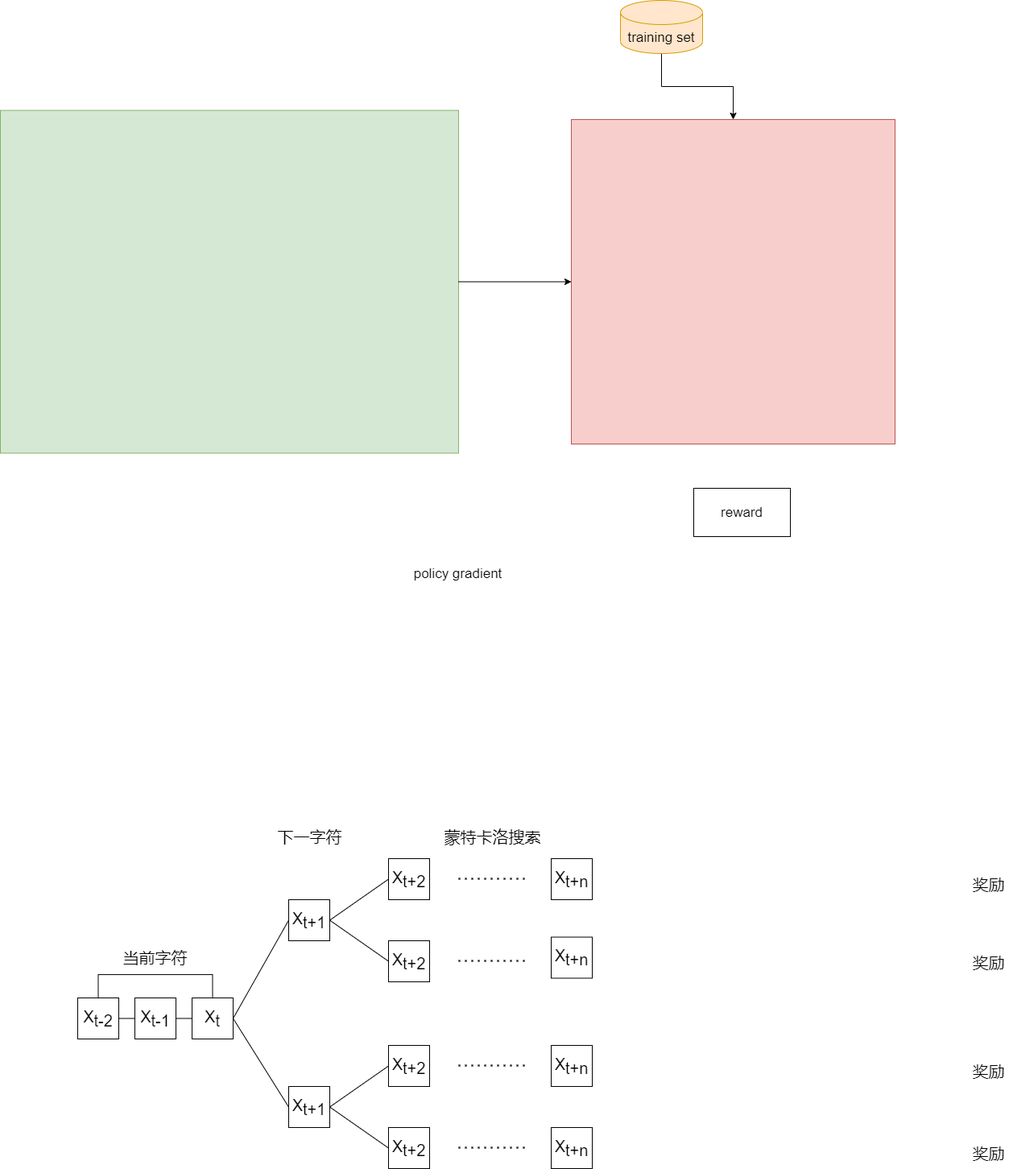
lakomi/pictures keeps this draw.io diagram as seqgan.drawio.png. Above is the earlier version. Source tidied: cells renumbered, new cells last; positions are measured from the earlier drawing's top-left corner, leaving out a move shared by most shapes.
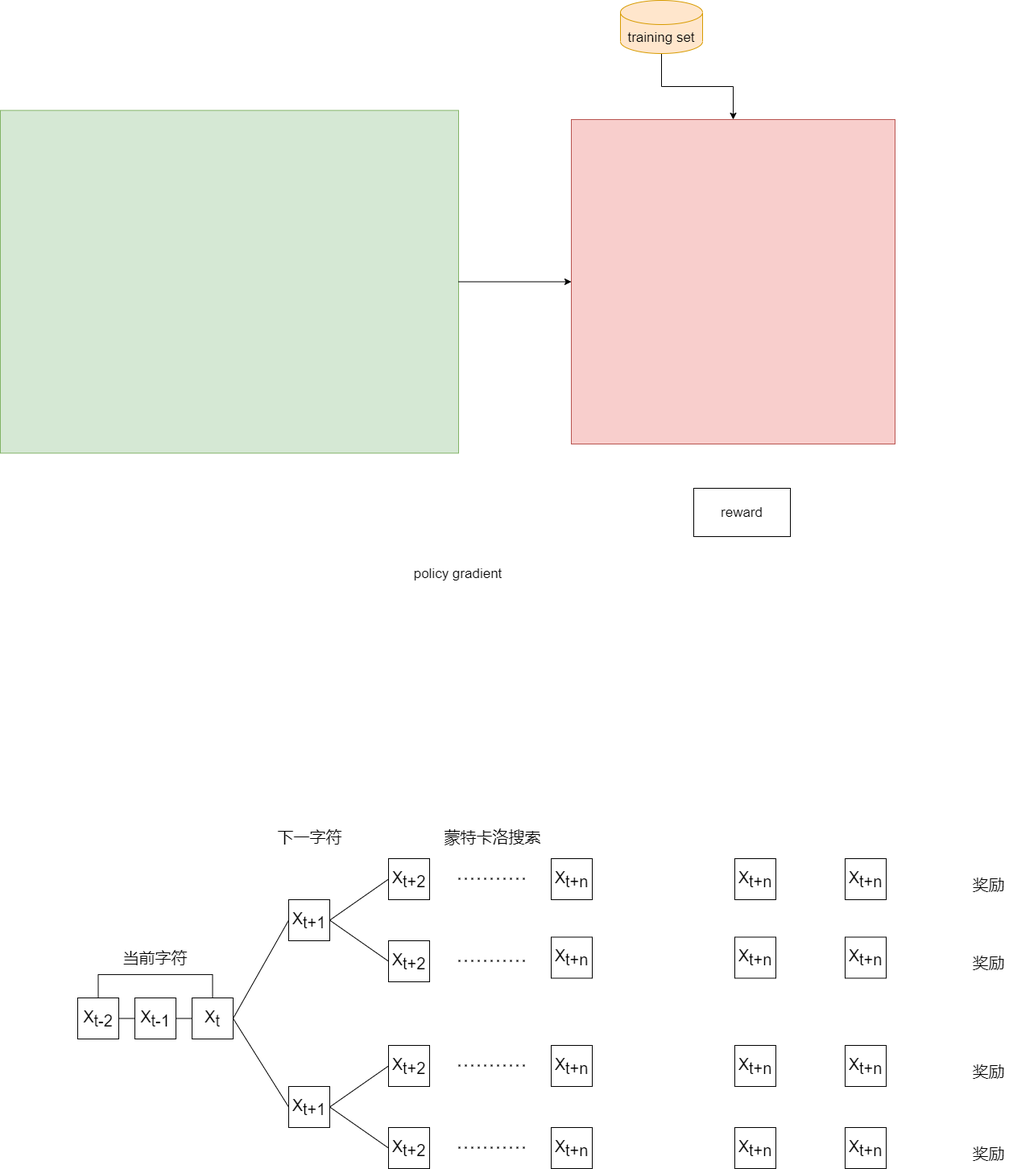
Later version of the same file.

Change to the diagram source:
```diff
@@ -151,5 +151,35 @@
     <mxCell id="41" value="奖励" style="text;html=1;align=center;verticalAlign=middle;strokeColor=none;fillColor=none;fontSize=20;" parent="1" vertex="1">
       <mxGeometry x="1202" y="1417.5" width="50" height="28" as="geometry" />
     </mxCell>
+    <mxCell id="42" value="X&lt;sub style=&quot;font-size: 20px;&quot;&gt;t+n&lt;/sub&gt;" style="rounded=0;whiteSpace=wrap;html=1;fontSize=20;" parent="1" vertex="1">
+      <mxGeometry x="912" y="1066" width="51" height="51" as="geometry" />
+    </mxCell>
+    <mxCell id="43" value="X&lt;sub style=&quot;font-size: 20px;&quot;&gt;t+n&lt;/sub&gt;" style="rounded=0;whiteSpace=wrap;html=1;fontSize=20;" parent="1" vertex="1">
+      <mxGeometry x="1049" y="1066" width="51" height="51" as="geometry" />
+    </mxCell>
+    <mxCell id="44" value="X&lt;sub style=&quot;font-size: 20px;&quot;&gt;t+n&lt;/sub&gt;" style="rounded=0;whiteSpace=wrap;html=1;fontSize=20;" parent="1" vertex="1">
+      <mxGeometry x="912" y="1163.5" width="51" height="51" as="geometry" />
+    </mxCell>
+    <mxCell id="45" value="X&lt;sub style=&quot;font-size: 20px;&quot;&gt;t+n&lt;/sub&gt;" style="rounded=0;whiteSpace=wrap;html=1;fontSize=20;" parent="1" vertex="1">
+      <mxGeometry x="1049" y="1163.5" width="51" height="51" as="geometry" />
+    </mxCell>
+    <mxCell id="46" value="X&lt;sub style=&quot;font-size: 20px;&quot;&gt;t+n&lt;/sub&gt;" style="rounded=0;whiteSpace=wrap;html=1;fontSize=20;" parent="1" vertex="1">
+      <mxGeometry x="912" y="1298" width="51" height="51" as="geometry" />
+    </mxCell>
+    <mxCell id="47" value="X&lt;sub style=&quot;font-size: 20px;&quot;&gt;t+n&lt;/sub&gt;" style="rounded=0;whiteSpace=wrap;html=1;fontSize=20;" parent="1" vertex="1">
+      <mxGeometry x="1049" y="1298" width="51" height="51" as="geometry" />
+    </mxCell>
+    <mxCell id="48" value="X&lt;sub style=&quot;font-size: 20px;&quot;&gt;t+n&lt;/sub&gt;" style="rounded=0;whiteSpace=wrap;html=1;fontSize=20;" parent="1" vertex="1">
+      <mxGeometry x="912" y="1066" width="51" height="51" as="geometry" />
+    </mxCell>
+    <mxCell id="49" value="X&lt;sub style=&quot;font-size: 20px;&quot;&gt;t+n&lt;/sub&gt;" style="rounded=0;whiteSpace=wrap;html=1;fontSize=20;" parent="1" vertex="1">
+      <mxGeometry x="1049" y="1066" width="51" height="51" as="geometry" />
+    </mxCell>
+    <mxCell id="50" value="X&lt;sub style=&quot;font-size: 20px;&quot;&gt;t+n&lt;/sub&gt;" style="rounded=0;whiteSpace=wrap;html=1;fontSize=20;" parent="1" vertex="1">
+      <mxGeometry x="912" y="1400" width="51" height="51" as="geometry" />
+    </mxCell>
+    <mxCell id="51" value="X&lt;sub style=&quot;font-size: 20px;&quot;&gt;t+n&lt;/sub&gt;" style="rounded=0;whiteSpace=wrap;html=1;fontSize=20;" parent="1" vertex="1">
+      <mxGeometry x="1049" y="1400" width="51" height="51" as="geometry" />
+    </mxCell>
   </root>
 </mxGraphModel>
```
